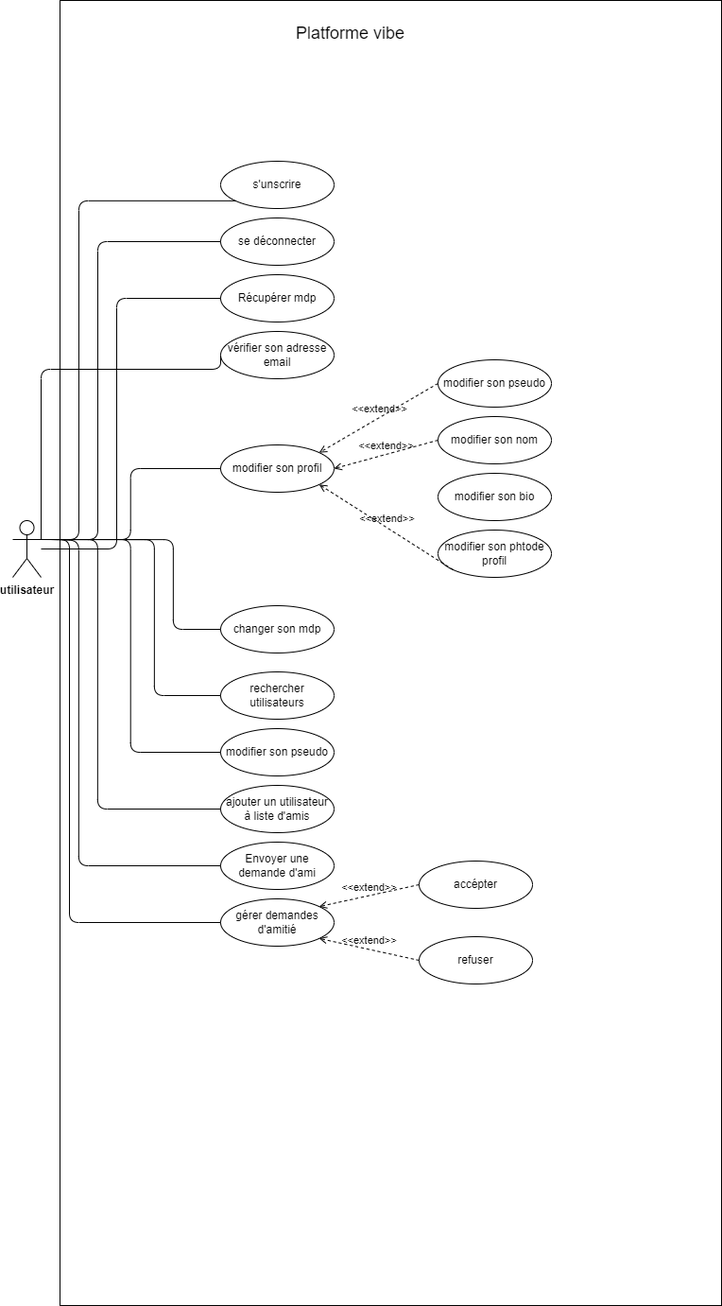
Above: vibes/diagrammes/usecase.drawio.png in HananeOubaha/Plateforme-Vibe (draw.io), before the change. Source tidied: cells renumbered, new cells last; positions are measured from the earlier drawing's top-left corner, leaving out a move shared by most shapes. The source it was exported from:
```xml
<mxGraphModel>
  <root>
    <mxCell id="0" />
    <mxCell id="1" parent="0" />
    <mxCell id="2" style="rounded=0;whiteSpace=wrap;html=1;fontStyle=1;" parent="1" vertex="1">
      <mxGeometry x="50" width="700" height="1380" as="geometry" />
    </mxCell>
    <mxCell id="3" value="utilisateur" style="shape=umlActor;verticalLabelPosition=bottom;verticalAlign=top;html=1;outlineConnect=0;fontStyle=1;" parent="1" vertex="1">
      <mxGeometry y="550" width="30" height="60" as="geometry" />
    </mxCell>
    <mxCell id="4" value="s'unscrire" style="ellipse;whiteSpace=wrap;html=1;" parent="1" vertex="1">
      <mxGeometry x="220" y="170" width="120" height="50" as="geometry" />
    </mxCell>
    <mxCell id="5" value="&lt;font style=&quot;font-size: 18px;&quot;&gt;Platforme vibe&lt;/font&gt;" style="text;html=1;align=center;verticalAlign=middle;whiteSpace=wrap;rounded=0;" parent="1" vertex="1">
      <mxGeometry x="295" y="20" width="125" height="30" as="geometry" />
    </mxCell>
    <mxCell id="6" value="se déconnecter" style="ellipse;whiteSpace=wrap;html=1;" parent="1" vertex="1">
      <mxGeometry x="220" y="230" width="120" height="50" as="geometry" />
    </mxCell>
    <mxCell id="7" value="Récupérer mdp" style="ellipse;whiteSpace=wrap;html=1;" parent="1" vertex="1">
      <mxGeometry x="220" y="290" width="120" height="50" as="geometry" />
    </mxCell>
    <mxCell id="8" value="vérifier son adresse email" style="ellipse;whiteSpace=wrap;html=1;" parent="1" vertex="1">
      <mxGeometry x="220" y="350" width="120" height="50" as="geometry" />
    </mxCell>
    <mxCell id="9" value="modifier son profil" style="ellipse;whiteSpace=wrap;html=1;" parent="1" vertex="1">
      <mxGeometry x="220" y="470" width="120" height="50" as="geometry" />
    </mxCell>
    <mxCell id="10" value="modifier son pseudo" style="ellipse;whiteSpace=wrap;html=1;" parent="1" vertex="1">
      <mxGeometry x="450" y="380" width="120" height="50" as="geometry" />
    </mxCell>
    <mxCell id="11" value="modifier son nom&lt;span style=&quot;color: rgb(255, 255, 255); font-family: monospace; font-size: 0px; text-align: start; text-wrap: nowrap;&quot;&gt;%3CmxGraphModel%3E%3Croot%3E%3CmxCell%20id%3D%220%22%2F%3E%3CmxCell%20id%3D%221%22%20parent%3D%220%22%2F%3E%3CmxCell%20id%3D%222%22%20value%3D%22modifier%20son%20pseudo%22%20style%3D%22ellipse%3BwhiteSpace%3Dwrap%3Bhtml%3D1%3B%22%20vertex%3D%221%22%20parent%3D%221%22%3E%3CmxGeometry%20x%3D%22270%22%20y%3D%22530%22%20width%3D%22120%22%20height%3D%2250%22%20as%3D%22geometry%22%2F%3E%3C%2FmxCell%3E%3C%2Froot%3E%3C%2FmxGraphModel%3E&lt;/span&gt;" style="ellipse;whiteSpace=wrap;html=1;" parent="1" vertex="1">
      <mxGeometry x="450" y="440" width="120" height="50" as="geometry" />
    </mxCell>
    <mxCell id="12" value="modifier son bio" style="ellipse;whiteSpace=wrap;html=1;" parent="1" vertex="1">
      <mxGeometry x="450" y="500" width="120" height="50" as="geometry" />
    </mxCell>
    <mxCell id="13" value="modifier son phtode profil" style="ellipse;whiteSpace=wrap;html=1;" parent="1" vertex="1">
      <mxGeometry x="450" y="560" width="120" height="50" as="geometry" />
    </mxCell>
    <mxCell id="14" value="changer son mdp" style="ellipse;whiteSpace=wrap;html=1;" parent="1" vertex="1">
      <mxGeometry x="220" y="640" width="120" height="50" as="geometry" />
    </mxCell>
    <mxCell id="15" value="rechercher utilisateurs" style="ellipse;whiteSpace=wrap;html=1;" parent="1" vertex="1">
      <mxGeometry x="220" y="710" width="120" height="50" as="geometry" />
    </mxCell>
    <mxCell id="16" value="modifier son pseudo" style="ellipse;whiteSpace=wrap;html=1;" parent="1" vertex="1">
      <mxGeometry x="220" y="770" width="120" height="50" as="geometry" />
    </mxCell>
    <mxCell id="17" value="ajouter un utilisateur à liste d'amis" style="ellipse;whiteSpace=wrap;html=1;" parent="1" vertex="1">
      <mxGeometry x="220" y="830" width="120" height="50" as="geometry" />
    </mxCell>
    <mxCell id="18" value="Envoyer une demande d'ami" style="ellipse;whiteSpace=wrap;html=1;" parent="1" vertex="1">
      <mxGeometry x="220" y="890" width="120" height="50" as="geometry" />
    </mxCell>
    <mxCell id="19" value="gérer demandes d'amitié" style="ellipse;whiteSpace=wrap;html=1;" parent="1" vertex="1">
      <mxGeometry x="220" y="950" width="120" height="50" as="geometry" />
    </mxCell>
    <mxCell id="20" value="accépter" style="ellipse;whiteSpace=wrap;html=1;" parent="1" vertex="1">
      <mxGeometry x="430" y="910" width="120" height="50" as="geometry" />
    </mxCell>
    <mxCell id="21" value="refuser" style="ellipse;whiteSpace=wrap;html=1;" parent="1" vertex="1">
      <mxGeometry x="430" y="990" width="120" height="50" as="geometry" />
    </mxCell>
    <mxCell id="22" style="endArrow=none;html=1;entryX=0;entryY=1;entryDx=0;entryDy=0;exitX=1;exitY=0.3333333333333333;exitDx=0;exitDy=0;exitPerimeter=0;edgeStyle=elbowEdgeStyle;" parent="1" edge="1" source="3" target="4">
      <mxGeometry relative="1" as="geometry">
        <Array as="points">
          <mxPoint x="70" y="380" />
        </Array>
      </mxGeometry>
    </mxCell>
    <mxCell id="23" style="endArrow=none;html=1;exitX=1;exitY=0.3333333333333333;exitDx=0;exitDy=0;exitPerimeter=0;entryX=0;entryY=0.5;entryDx=0;entryDy=0;edgeStyle=elbowEdgeStyle;" parent="1" edge="1" source="3" target="6">
      <mxGeometry relative="1" as="geometry">
        <Array as="points">
          <mxPoint x="90" y="400" />
        </Array>
      </mxGeometry>
    </mxCell>
    <mxCell id="24" style="endArrow=none;html=1;entryX=0;entryY=0.5;entryDx=0;entryDy=0;edgeStyle=elbowEdgeStyle;" parent="1" edge="1" target="7">
      <mxGeometry relative="1" as="geometry">
        <mxPoint x="30" y="580" as="sourcePoint" />
        <Array as="points">
          <mxPoint x="110" y="440" />
        </Array>
      </mxGeometry>
    </mxCell>
    <mxCell id="25" style="endArrow=none;html=1;entryX=0;entryY=0.5;entryDx=0;entryDy=0;exitX=1;exitY=0.3333333333333333;exitDx=0;exitDy=0;exitPerimeter=0;edgeStyle=elbowEdgeStyle;elbow=vertical;" parent="1" edge="1" source="3" target="8">
      <mxGeometry relative="1" as="geometry">
        <Array as="points">
          <mxPoint x="110" y="390" />
        </Array>
      </mxGeometry>
    </mxCell>
    <mxCell id="26" style="endArrow=none;html=1;exitX=1;exitY=0.3333333333333333;exitDx=0;exitDy=0;exitPerimeter=0;entryX=0;entryY=0.5;entryDx=0;entryDy=0;edgeStyle=elbowEdgeStyle;" parent="1" edge="1" source="3" target="9">
      <mxGeometry relative="1" as="geometry" />
    </mxCell>
    <mxCell id="27" style="endArrow=none;html=1;exitX=1;exitY=0.3333333333333333;exitDx=0;exitDy=0;exitPerimeter=0;entryX=0;entryY=0.5;entryDx=0;entryDy=0;edgeStyle=orthogonalEdgeStyle;" parent="1" edge="1" source="3" target="14">
      <mxGeometry relative="1" as="geometry">
        <Array as="points">
          <mxPoint x="170" y="570" />
          <mxPoint x="170" y="665" />
        </Array>
      </mxGeometry>
    </mxCell>
    <mxCell id="28" style="endArrow=none;html=1;exitX=1;exitY=0.3333333333333333;exitDx=0;exitDy=0;exitPerimeter=0;entryX=0;entryY=0.5;entryDx=0;entryDy=0;edgeStyle=orthogonalEdgeStyle;" parent="1" edge="1" source="3" target="15">
      <mxGeometry relative="1" as="geometry">
        <Array as="points">
          <mxPoint x="150" y="570" />
          <mxPoint x="150" y="735" />
        </Array>
      </mxGeometry>
    </mxCell>
    <mxCell id="29" style="endArrow=none;html=1;exitX=1;exitY=0.3333333333333333;exitDx=0;exitDy=0;exitPerimeter=0;entryX=0;entryY=0.5;entryDx=0;entryDy=0;edgeStyle=elbowEdgeStyle;" parent="1" edge="1" source="3" target="16">
      <mxGeometry relative="1" as="geometry" />
    </mxCell>
    <mxCell id="30" style="endArrow=none;html=1;exitX=1;exitY=0.3333333333333333;exitDx=0;exitDy=0;exitPerimeter=0;entryX=0;entryY=0.5;entryDx=0;entryDy=0;edgeStyle=orthogonalEdgeStyle;" parent="1" edge="1" source="3" target="17">
      <mxGeometry relative="1" as="geometry">
        <Array as="points">
          <mxPoint x="90" y="570" />
          <mxPoint x="90" y="855" />
        </Array>
      </mxGeometry>
    </mxCell>
    <mxCell id="31" style="endArrow=none;html=1;entryX=0;entryY=0.5;entryDx=0;entryDy=0;edgeStyle=orthogonalEdgeStyle;" parent="1" edge="1" target="18">
      <mxGeometry relative="1" as="geometry">
        <mxPoint x="40" y="570" as="sourcePoint" />
        <Array as="points">
          <mxPoint x="70" y="571" />
          <mxPoint x="70" y="915" />
        </Array>
      </mxGeometry>
    </mxCell>
    <mxCell id="32" style="endArrow=none;html=1;exitX=1;exitY=0.3333333333333333;exitDx=0;exitDy=0;exitPerimeter=0;entryX=0;entryY=0.5;entryDx=0;entryDy=0;edgeStyle=elbowEdgeStyle;" parent="1" edge="1" source="3" target="19">
      <mxGeometry relative="1" as="geometry">
        <Array as="points">
          <mxPoint x="60" y="790" />
        </Array>
      </mxGeometry>
    </mxCell>
    <mxCell id="33" value="&amp;lt;&amp;lt;extend&amp;gt;&amp;gt;" style="html=1;verticalAlign=bottom;labelBackgroundColor=none;endArrow=open;endFill=0;dashed=1;exitX=0;exitY=0.5;exitDx=0;exitDy=0;entryX=1;entryY=0;entryDx=0;entryDy=0;" parent="1" edge="1" source="10" target="9">
      <mxGeometry relative="1" as="geometry" />
    </mxCell>
    <mxCell id="34" value="&amp;lt;&amp;lt;extend&amp;gt;&amp;gt;" style="html=1;verticalAlign=bottom;labelBackgroundColor=none;endArrow=open;endFill=0;dashed=1;entryX=1;entryY=0.5;entryDx=0;entryDy=0;exitX=0;exitY=0.5;exitDx=0;exitDy=0;" parent="1" edge="1" source="11" target="9">
      <mxGeometry relative="1" as="geometry" />
    </mxCell>
    <mxCell id="35" value="&amp;lt;&amp;lt;extend&amp;gt;&amp;gt;" style="html=1;verticalAlign=bottom;labelBackgroundColor=none;endArrow=open;endFill=0;dashed=1;exitX=0;exitY=1;exitDx=0;exitDy=0;entryX=1;entryY=1;entryDx=0;entryDy=0;" parent="1" edge="1" source="13" target="9">
      <mxGeometry relative="1" as="geometry" />
    </mxCell>
    <mxCell id="36" value="&amp;lt;&amp;lt;extend&amp;gt;&amp;gt;" style="html=1;verticalAlign=bottom;labelBackgroundColor=none;endArrow=open;endFill=0;dashed=1;entryX=1;entryY=0;entryDx=0;entryDy=0;exitX=0;exitY=0.5;exitDx=0;exitDy=0;" parent="1" edge="1" source="20" target="19">
      <mxGeometry relative="1" as="geometry" />
    </mxCell>
    <mxCell id="37" value="&amp;lt;&amp;lt;extend&amp;gt;&amp;gt;" style="html=1;verticalAlign=bottom;labelBackgroundColor=none;endArrow=open;endFill=0;dashed=1;entryX=1;entryY=1;entryDx=0;entryDy=0;exitX=0;exitY=0.5;exitDx=0;exitDy=0;" parent="1" edge="1" source="21" target="19">
      <mxGeometry relative="1" as="geometry" />
    </mxCell>
  </root>
</mxGraphModel>
```
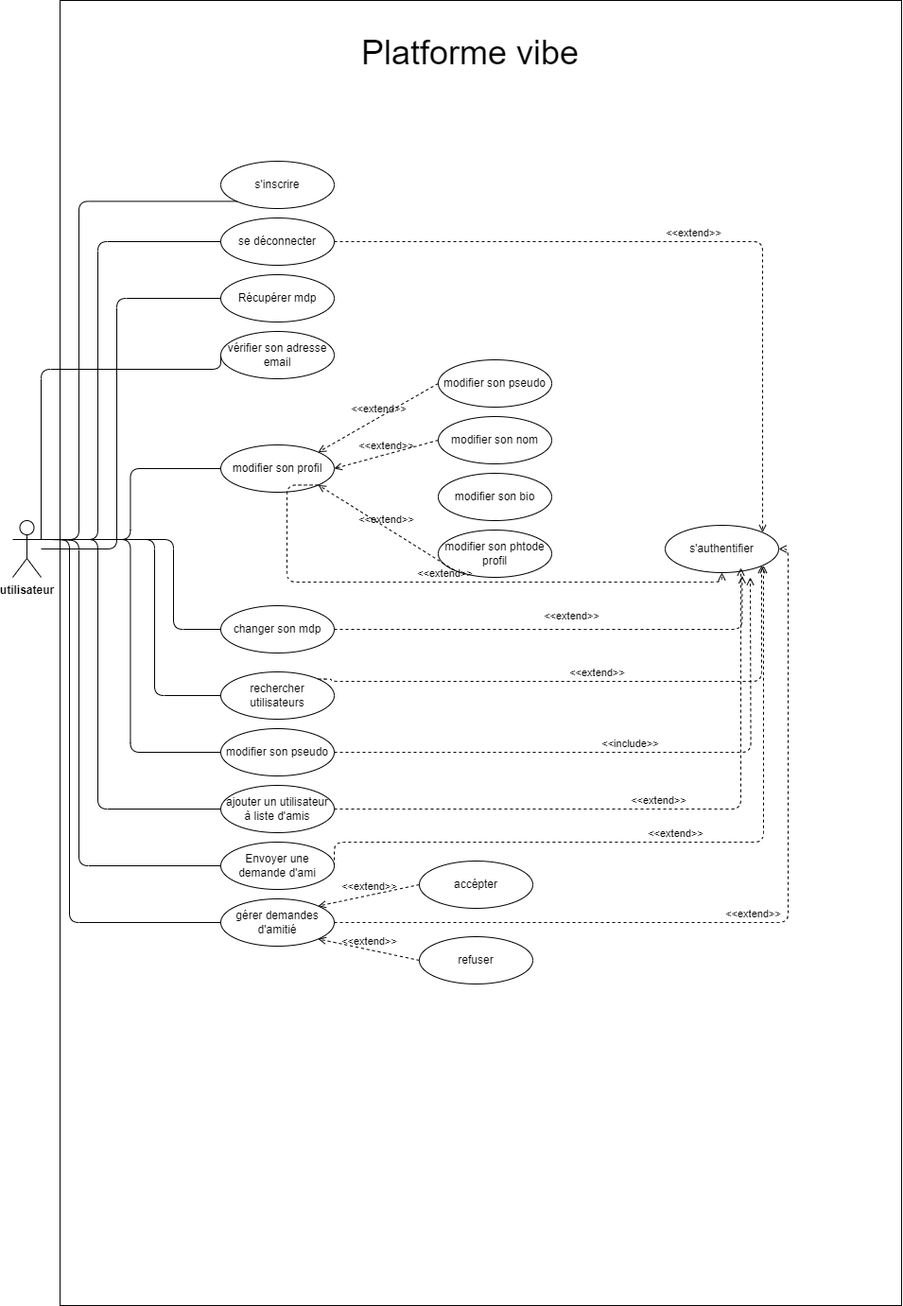
Above is the later version.

Commit message:
fin projet :)

The edit, as a diff of the source:
```diff
@@ -3,16 +3,16 @@
     <mxCell id="0" />
     <mxCell id="1" parent="0" />
     <mxCell id="2" style="rounded=0;whiteSpace=wrap;html=1;fontStyle=1;" parent="1" vertex="1">
-      <mxGeometry x="50" width="700" height="1380" as="geometry" />
+      <mxGeometry x="50" width="890" height="1380" as="geometry" />
     </mxCell>
     <mxCell id="3" value="utilisateur" style="shape=umlActor;verticalLabelPosition=bottom;verticalAlign=top;html=1;outlineConnect=0;fontStyle=1;" parent="1" vertex="1">
       <mxGeometry y="550" width="30" height="60" as="geometry" />
     </mxCell>
-    <mxCell id="4" value="s'unscrire" style="ellipse;whiteSpace=wrap;html=1;" parent="1" vertex="1">
+    <mxCell id="4" value="s'inscrire" style="ellipse;whiteSpace=wrap;html=1;" parent="1" vertex="1">
       <mxGeometry x="220" y="170" width="120" height="50" as="geometry" />
     </mxCell>
-    <mxCell id="5" value="&lt;font style=&quot;font-size: 18px;&quot;&gt;Platforme vibe&lt;/font&gt;" style="text;html=1;align=center;verticalAlign=middle;whiteSpace=wrap;rounded=0;" parent="1" vertex="1">
-      <mxGeometry x="295" y="20" width="125" height="30" as="geometry" />
+    <mxCell id="5" value="&lt;font style=&quot;font-size: 36px;&quot;&gt;Platforme vibe&lt;/font&gt;" style="text;html=1;align=center;verticalAlign=middle;whiteSpace=wrap;rounded=0;" parent="1" vertex="1">
+      <mxGeometry x="330" y="40" width="307.5" height="30" as="geometry" />
     </mxCell>
     <mxCell id="6" value="se déconnecter" style="ellipse;whiteSpace=wrap;html=1;" parent="1" vertex="1">
       <mxGeometry x="220" y="230" width="120" height="50" as="geometry" />
@@ -152,5 +152,53 @@
     <mxCell id="37" value="&amp;lt;&amp;lt;extend&amp;gt;&amp;gt;" style="html=1;verticalAlign=bottom;labelBackgroundColor=none;endArrow=open;endFill=0;dashed=1;entryX=1;entryY=1;entryDx=0;entryDy=0;exitX=0;exitY=0.5;exitDx=0;exitDy=0;" parent="1" edge="1" source="21" target="19">
       <mxGeometry relative="1" as="geometry" />
     </mxCell>
+    <mxCell id="38" value="s'authentifier" style="ellipse;whiteSpace=wrap;html=1;" parent="1" vertex="1">
+      <mxGeometry x="690" y="555" width="120" height="50" as="geometry" />
+    </mxCell>
+    <mxCell id="39" value="&amp;lt;&amp;lt;extend&amp;gt;&amp;gt;" style="html=1;verticalAlign=bottom;labelBackgroundColor=none;endArrow=open;endFill=0;dashed=1;exitX=1;exitY=0.5;exitDx=0;exitDy=0;entryX=1;entryY=0;entryDx=0;entryDy=0;edgeStyle=orthogonalEdgeStyle;" parent="1" edge="1" source="6" target="38">
+      <mxGeometry relative="1" as="geometry" />
+    </mxCell>
+    <mxCell id="40" value="&amp;lt;&amp;lt;extend&amp;gt;&amp;gt;" style="html=1;verticalAlign=bottom;labelBackgroundColor=none;endArrow=open;endFill=0;dashed=1;exitX=1;exitY=1;exitDx=0;exitDy=0;entryX=0.5;entryY=1;entryDx=0;entryDy=0;edgeStyle=orthogonalEdgeStyle;" parent="1" edge="1" source="9" target="38">
+      <mxGeometry relative="1" as="geometry">
+        <Array as="points">
+          <mxPoint x="290" y="512" />
+          <mxPoint x="290" y="615" />
+          <mxPoint x="750" y="615" />
+        </Array>
+      </mxGeometry>
+    </mxCell>
+    <mxCell id="41" value="&amp;lt;&amp;lt;extend&amp;gt;&amp;gt;" style="html=1;verticalAlign=bottom;labelBackgroundColor=none;endArrow=open;endFill=0;dashed=1;exitX=1;exitY=0.5;exitDx=0;exitDy=0;entryX=0.678;entryY=1.067;entryDx=0;entryDy=0;entryPerimeter=0;edgeStyle=orthogonalEdgeStyle;" parent="1" edge="1" source="14" target="38">
+      <mxGeometry x="0.02" y="5" relative="1" as="geometry">
+        <mxPoint x="1" as="offset" />
+      </mxGeometry>
+    </mxCell>
+    <mxCell id="42" value="&amp;lt;&amp;lt;extend&amp;gt;&amp;gt;" style="html=1;verticalAlign=bottom;labelBackgroundColor=none;endArrow=open;endFill=0;dashed=1;exitX=1;exitY=0;exitDx=0;exitDy=0;entryX=1;entryY=1;entryDx=0;entryDy=0;edgeStyle=orthogonalEdgeStyle;" parent="1" edge="1" source="15" target="38">
+      <mxGeometry relative="1" as="geometry">
+        <Array as="points">
+          <mxPoint x="337" y="717" />
+          <mxPoint x="337" y="720" />
+          <mxPoint x="792" y="720" />
+        </Array>
+      </mxGeometry>
+    </mxCell>
+    <mxCell id="43" value="&amp;lt;&amp;lt;include&amp;gt;&amp;gt;" style="html=1;verticalAlign=bottom;labelBackgroundColor=none;endArrow=open;endFill=0;dashed=1;exitX=1;exitY=0.5;exitDx=0;exitDy=0;edgeStyle=orthogonalEdgeStyle;" parent="1" edge="1" source="16">
+      <mxGeometry relative="1" as="geometry">
+        <mxPoint x="780" y="610" as="targetPoint" />
+      </mxGeometry>
+    </mxCell>
+    <mxCell id="44" value="&amp;lt;&amp;lt;extend&amp;gt;&amp;gt;" style="html=1;verticalAlign=bottom;labelBackgroundColor=none;endArrow=open;endFill=0;dashed=1;exitX=1;exitY=0.5;exitDx=0;exitDy=0;entryX=0.667;entryY=0.9;entryDx=0;entryDy=0;entryPerimeter=0;edgeStyle=orthogonalEdgeStyle;" parent="1" edge="1" source="17" target="38">
+      <mxGeometry relative="1" as="geometry" />
+    </mxCell>
+    <mxCell id="45" value="&amp;lt;&amp;lt;extend&amp;gt;&amp;gt;" style="html=1;verticalAlign=bottom;labelBackgroundColor=none;endArrow=open;endFill=0;dashed=1;exitX=1;exitY=0.5;exitDx=0;exitDy=0;entryX=1;entryY=1;entryDx=0;entryDy=0;edgeStyle=orthogonalEdgeStyle;" parent="1" edge="1" source="18" target="38">
+      <mxGeometry relative="1" as="geometry">
+        <Array as="points">
+          <mxPoint x="340" y="890" />
+          <mxPoint x="794" y="890" />
+        </Array>
+      </mxGeometry>
+    </mxCell>
+    <mxCell id="46" value="&amp;lt;&amp;lt;extend&amp;gt;&amp;gt;" style="html=1;verticalAlign=bottom;labelBackgroundColor=none;endArrow=open;endFill=0;dashed=1;exitX=1;exitY=0.5;exitDx=0;exitDy=0;entryX=1;entryY=0.5;entryDx=0;entryDy=0;edgeStyle=orthogonalEdgeStyle;" parent="1" edge="1" source="19" target="38">
+      <mxGeometry relative="1" as="geometry" />
+    </mxCell>
   </root>
 </mxGraphModel>
```
